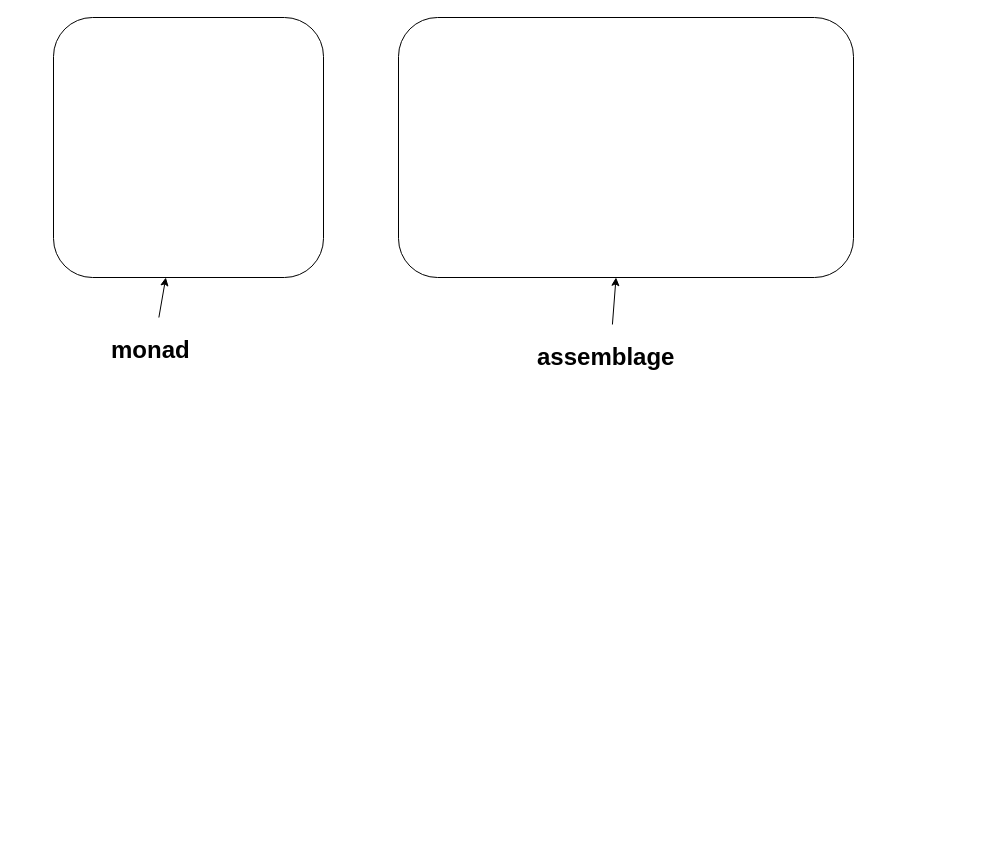
danefilipczak/bosk_documents keeps this draw.io diagram as bosk_user_profiles.drawio. Above is the earlier version. Source tidied: cells renumbered, new cells numbered last; positions are measured from the earlier drawing's top-left corner, leaving out a move shared by most shapes. Both pictures are drawn from the tidied source at 100%, with x=0, y=0 at pixel (53, 17).
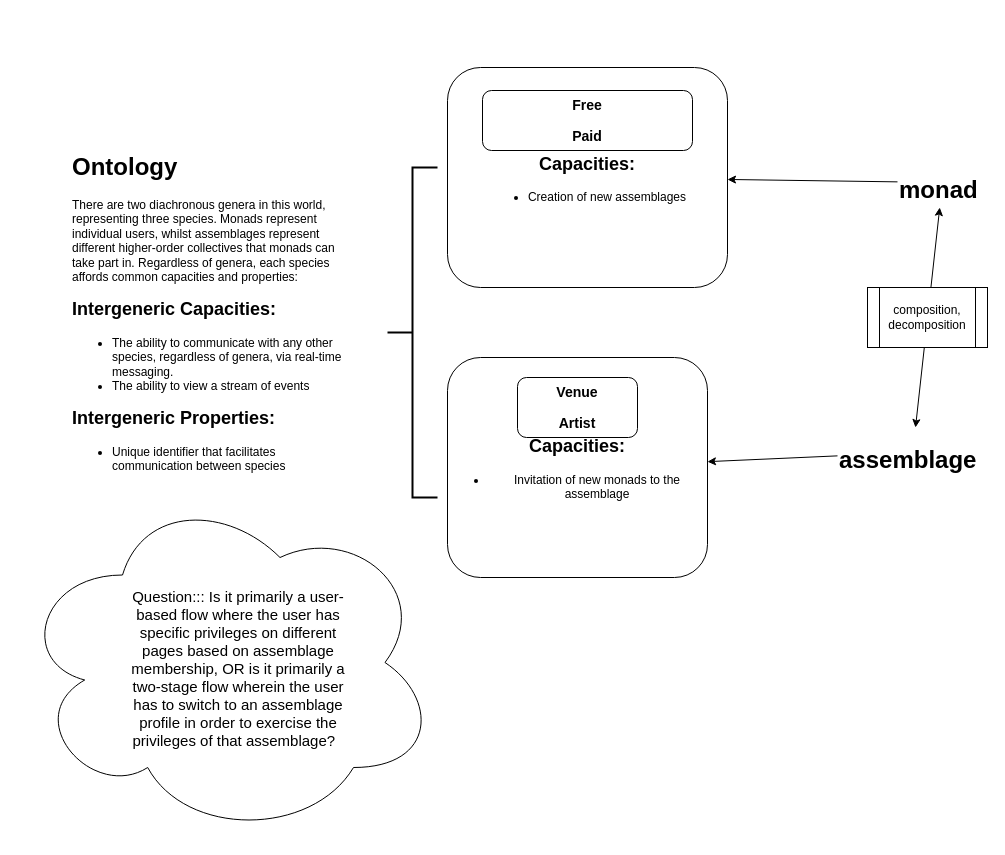
After the change.

What changed in the source:
```diff
@@
 <mxGraphModel>
   <root>
     <mxCell id="0" />
     <mxCell id="1" parent="0" />
-    <mxCell id="2" style="rounded=1;whiteSpace=wrap;html=1;" parent="1" vertex="1">
-      <mxGeometry width="270" height="260" as="geometry" />
+    <mxCell id="2" value="&lt;h2&gt;Capacities:&lt;/h2&gt;&lt;p&gt;&lt;/p&gt;&lt;ul&gt;&lt;li&gt;Creation of new assemblages&lt;/li&gt;&lt;/ul&gt;&lt;p&gt;&lt;/p&gt;" style="rounded=1;whiteSpace=wrap;html=1;" parent="1" vertex="1">
+      <mxGeometry x="394" y="50" width="280" height="220" as="geometry" />
     </mxCell>
+    <mxCell id="8" value="&lt;h3&gt;Free&lt;/h3&gt;&lt;h3&gt;Paid&lt;/h3&gt;" style="rounded=1;whiteSpace=wrap;html=1;" parent="2" vertex="1">
+      <mxGeometry x="35" y="23" width="210" height="60" as="geometry" />
+    </mxCell>
-    <mxCell id="3" style="rounded=1;whiteSpace=wrap;html=1;" parent="1" vertex="1">
-      <mxGeometry x="345" width="455" height="260" as="geometry" />
+    <mxCell id="3" value="&lt;h2 style=&quot;white-space: normal&quot;&gt;Capacities:&lt;/h2&gt;&lt;p style=&quot;white-space: normal&quot;&gt;&lt;/p&gt;&lt;ul style=&quot;white-space: normal&quot;&gt;&lt;li&gt;Invitation of new monads to the assemblage&lt;/li&gt;&lt;/ul&gt;" style="rounded=1;whiteSpace=wrap;html=1;" parent="1" vertex="1">
+      <mxGeometry x="394" y="340" width="260" height="220" as="geometry" />
     </mxCell>
+    <mxCell id="9" value="&lt;h3&gt;Venue&lt;/h3&gt;&lt;h3&gt;Artist&lt;/h3&gt;" style="rounded=1;whiteSpace=wrap;html=1;" parent="3" vertex="1">
+      <mxGeometry x="70" y="20" width="120" height="60" as="geometry" />
+    </mxCell>
     <mxCell id="4" value="&lt;h1&gt;monad&lt;/h1&gt;" style="text;html=1;points=[];align=left;verticalAlign=top;spacingTop=-4;" parent="1" vertex="1">
-      <mxGeometry x="56" y="300" width="90" height="50" as="geometry" />
+      <mxGeometry x="844" y="140" width="90" height="50" as="geometry" />
     </mxCell>
     <mxCell id="5" value="&lt;h1&gt;assemblage&lt;/h1&gt;" style="text;html=1;points=[];align=left;verticalAlign=top;spacingTop=-4;" parent="1" vertex="1">
-      <mxGeometry x="482" y="307" width="150" height="50" as="geometry" />
+      <mxGeometry x="784" y="410" width="150" height="50" as="geometry" />
     </mxCell>
     <mxCell id="6" style="endArrow=classic;html=1;" parent="1" edge="1" source="4" target="2">
       <mxGeometry relative="1" as="geometry" />
     </mxCell>
     <mxCell id="7" style="endArrow=classic;html=1;" parent="1" edge="1" source="5" target="3">
       <mxGeometry relative="1" as="geometry" />
     </mxCell>
+    <mxCell id="10" style="strokeWidth=2;html=1;shape=mxgraph.flowchart.annotation_2;align=left;labelPosition=right;" parent="1" vertex="1">
+      <mxGeometry x="334" y="150" width="50" height="330" as="geometry" />
+    </mxCell>
+    <mxCell id="11" value="&lt;h1&gt;Ontology&lt;/h1&gt;&lt;p&gt;There are two diachronous genera&amp;nbsp;in this world, representing three species. Monads represent individual users, whilst assemblages represent different higher-order collectives that monads can take part in. Regardless of genera, each species affords common capacities and properties:&lt;/p&gt;&lt;h2&gt;Intergeneric Capacities:&lt;/h2&gt;&lt;p&gt;&lt;/p&gt;&lt;ul&gt;&lt;li&gt;The ability to communicate with any other species, regardless of genera, via real-time messaging.&amp;nbsp;&lt;/li&gt;&lt;li&gt;The ability to view a stream of events&amp;nbsp;&lt;/li&gt;&lt;/ul&gt;&lt;div&gt;&lt;h2&gt;Intergeneric Properties:&lt;/h2&gt;&lt;p&gt;&lt;/p&gt;&lt;ul&gt;&lt;li&gt;Unique identifier that facilitates communication between species&lt;/li&gt;&lt;/ul&gt;&lt;/div&gt;&lt;p&gt;&lt;/p&gt;" style="text;html=1;strokeColor=none;fillColor=none;spacing=5;spacingTop=-20;whiteSpace=wrap;overflow=hidden;rounded=0;" parent="1" vertex="1">
+      <mxGeometry x="14" y="130" width="290" height="540" as="geometry" />
+    </mxCell>
+    <mxCell id="12" style="group;" parent="1" vertex="1">
+      <mxGeometry x="684" y="230" width="120" height="60" as="geometry" />
+    </mxCell>
+    <mxCell id="13" style="endArrow=classic;startArrow=classic;html=1;" parent="12" edge="1" target="4">
+      <mxGeometry relative="1" as="geometry">
+        <mxPoint x="178" y="180" as="sourcePoint" />
+      </mxGeometry>
+    </mxCell>
+    <mxCell id="14" value="composition,&lt;br&gt;decomposition" style="shape=process;whiteSpace=wrap;html=1;backgroundOutline=1;" parent="1" vertex="1">
+      <mxGeometry x="814" y="270" width="120" height="60" as="geometry" />
+    </mxCell>
+    <mxCell id="15" style="ellipse;shape=cloud;whiteSpace=wrap;html=1;" parent="1" vertex="1">
+      <mxGeometry x="-36" y="470" width="420" height="350" as="geometry" />
+    </mxCell>
+    <mxCell id="16" value="&lt;span style=&quot;text-align: left&quot;&gt;&lt;font style=&quot;font-size: 15px&quot;&gt;Question::: Is it primarily a user-based flow where the user has specific privileges&amp;nbsp;on different pages based on assemblage membership, OR is it primarily a two-stage flow wherein the user has to switch to an assemblage profile in order to exercise the privileges of that assemblage?&amp;nbsp;&amp;nbsp;&lt;/font&gt;&lt;/span&gt;" style="text;html=1;strokeColor=none;fillColor=none;align=center;verticalAlign=middle;whiteSpace=wrap;rounded=0;" parent="15" vertex="1">
+      <mxGeometry x="102.2" y="108.6" width="238.4" height="144.8" as="geometry" />
+    </mxCell>
   </root>
 </mxGraphModel>
```
